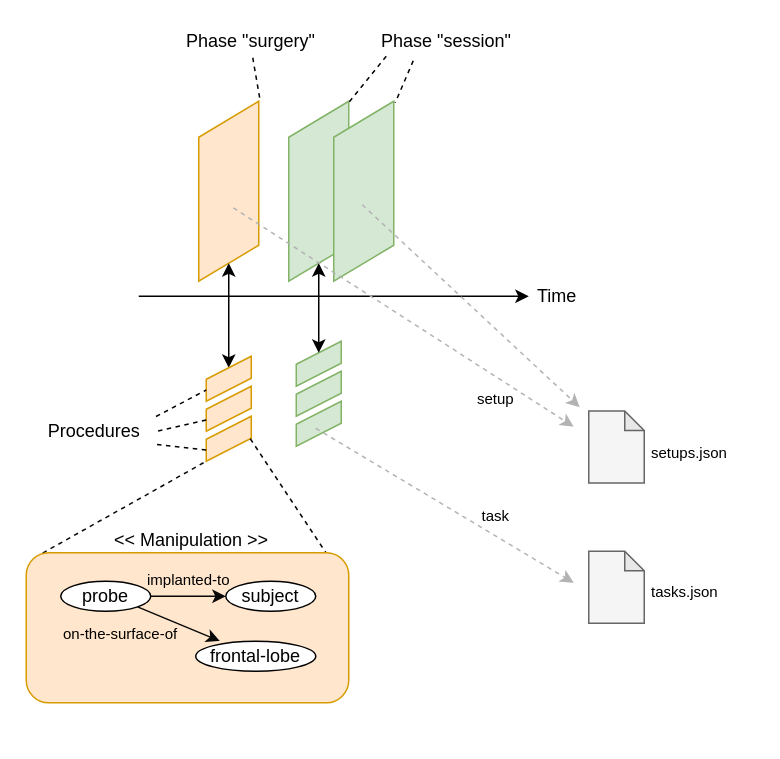
gwappa/__diagrams__ keeps this draw.io diagram as amorphys.drawio. Above is the earlier version. Source tidied: cells renumbered, new cells numbered last; positions are measured from the earlier drawing's top-left corner, leaving out a move shared by most shapes. Both pictures are drawn from the tidied source at 150%, with x=0, y=0 at pixel (26, 26).
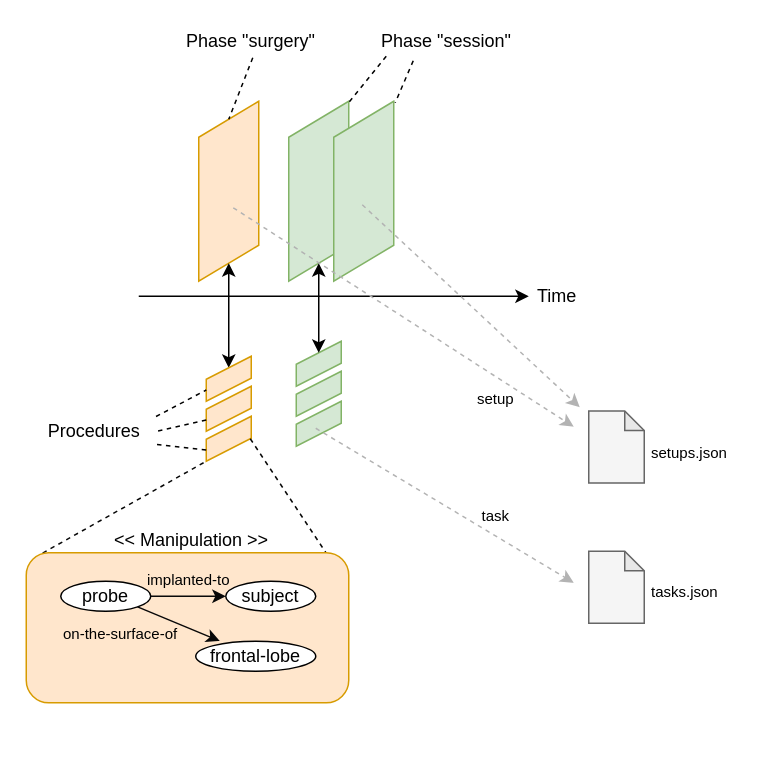
Above is the later version.

Unchanged cells that the change refers to:
```xml
<mxCell id="2" style="shape=parallelogram;perimeter=parallelogramPerimeter;whiteSpace=wrap;html=1;rotation=-90;flipH=1;fillColor=#ffe6cc;strokeColor=#d79b00;" parent="1" vertex="1">
  <mxGeometry x="75" y="90" width="120" height="40" as="geometry" />
</mxCell>
<mxCell id="7" value="Phase &quot;surgery&quot;" style="text;html=1;points=[];align=left;verticalAlign=top;spacingTop=-4;" parent="1" vertex="1">
  <mxGeometry x="105" width="100" height="20" as="geometry" />
</mxCell>
```

Diff of the diagram source:
```diff
@@
-    <mxCell id="6" style="endArrow=none;dashed=1;html=1;entryX=0;entryY=1.025;entryDx=0;entryDy=0;entryPerimeter=0;exitX=0.46;exitY=1.05;exitDx=0;exitDy=0;exitPerimeter=0;" parent="1" edge="1" source="7" target="2">
+    <mxCell id="6" style="endArrow=none;dashed=1;html=1;entryX=1;entryY=0.5;entryDx=0;entryDy=0;exitX=0.46;exitY=1.05;exitDx=0;exitDy=0;exitPerimeter=0;" parent="1" edge="1" source="7" target="2">
       <mxGeometry relative="1" as="geometry" />
     </mxCell>
```
